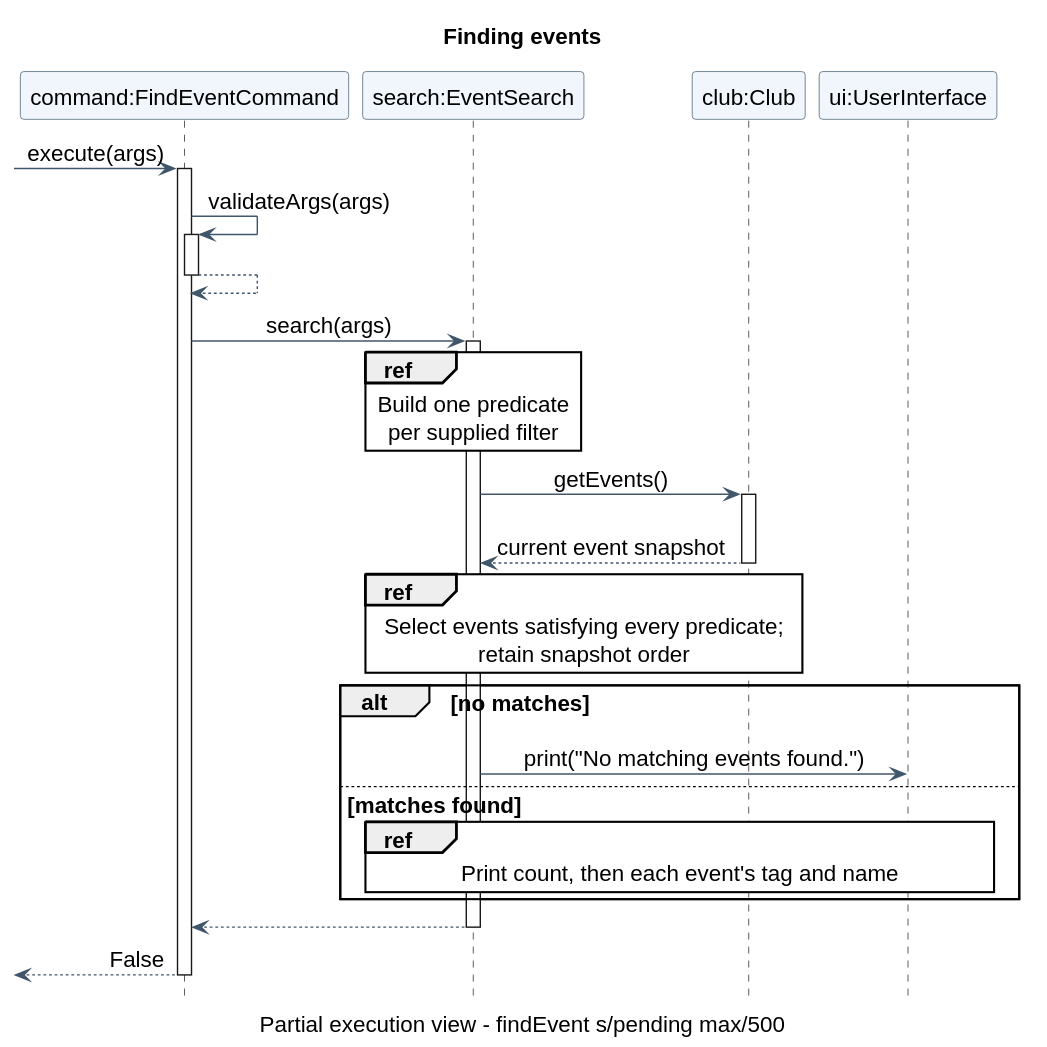
Before: docs/diagrams/events/FindEventSequence.svg, a diagram exported from PlantUML (77chenchen/tp). Source of this version:
```plantuml
@startuml
!include ../shared/UmlStyle.iuml
title Finding events
caption Partial execution view - findEvent s/pending max/500
skinparam shadowing false
skinparam sequenceMessageAlign center
skinparam ParticipantBackgroundColor #F1F6FC
skinparam ParticipantBorderColor #40566B
skinparam ArrowColor #40566B
hide footbox

participant "command:FindEventCommand" as Command
participant "search:EventSearch" as Search
participant "club:Club" as Club
participant "ui:UserInterface" as UI

[-> Command : execute(args)
activate Command
Command -> Command : validateArgs(args)
activate Command
||15||
Command --> Command
deactivate Command

Command -> Search : search(args)
activate Search
ref over Search
Build one predicate
per supplied filter
end ref

Search -> Club : getEvents()
activate Club
||15||
Club --> Search : current event snapshot
deactivate Club

ref over Search, Club
Select events satisfying every predicate;
retain snapshot order
end ref

alt no matches
    Search -> UI : print("No matching events found.")
else matches found
    ref over Search, UI
    Print count, then each event's tag and name
    end ref
end

Search --> Command
deactivate Search
[<-- Command : False
deactivate Command
@enduml
```
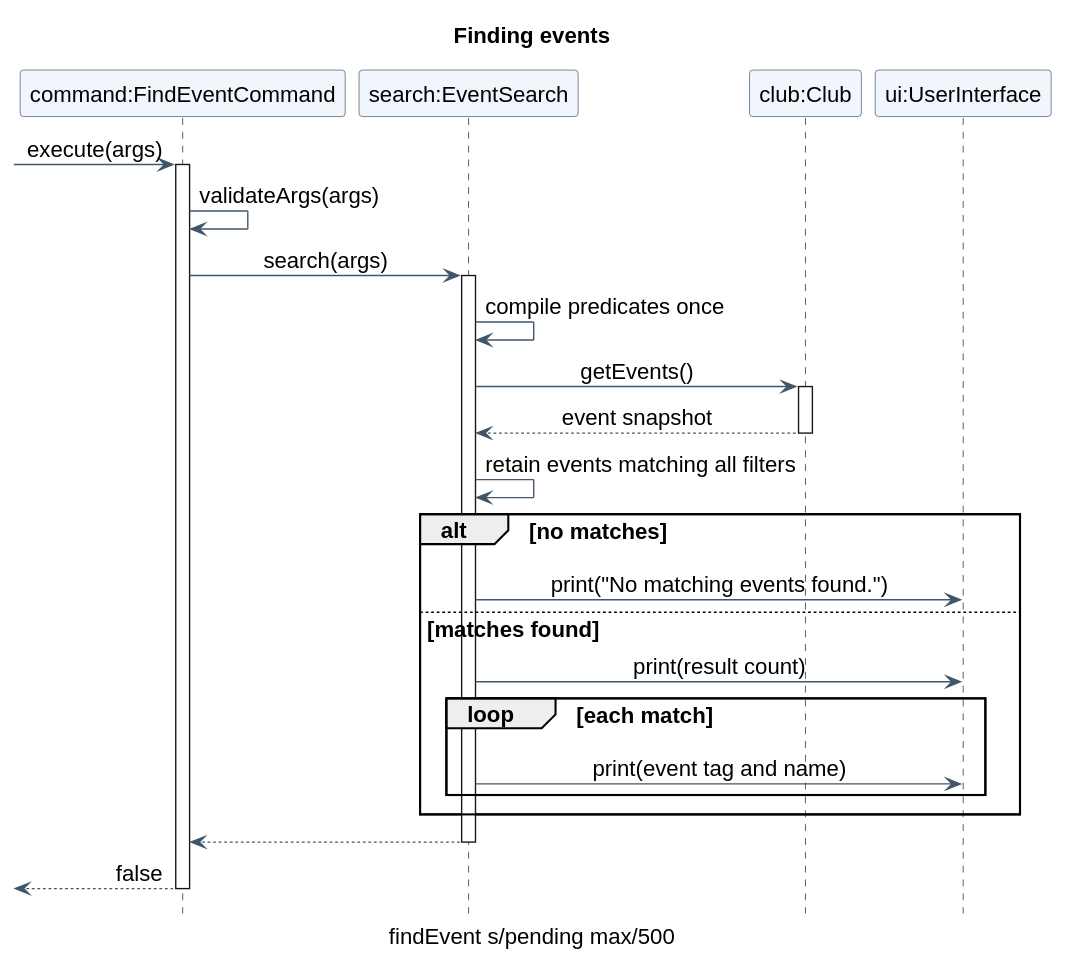
After the commit.

The edit, as a diff of the source:
```diff
@@ -1,7 +1,8 @@
 @startuml
 !include ../shared/UmlStyle.iuml
+scale max 760 width
 title Finding events
-caption Partial execution view - findEvent s/pending max/500
+caption findEvent s/pending max/500
 skinparam shadowing false
 skinparam sequenceMessageAlign center
 skinparam ParticipantBackgroundColor #F1F6FC
@@ -17,39 +18,24 @@
 [-> Command : execute(args)
 activate Command
 Command -> Command : validateArgs(args)
-activate Command
-||15||
-Command --> Command
-deactivate Command
-
 Command -> Search : search(args)
 activate Search
-ref over Search
-Build one predicate
-per supplied filter
-end ref
-
+Search -> Search : compile predicates once
 Search -> Club : getEvents()
 activate Club
-||15||
-Club --> Search : current event snapshot
+Club --> Search : event snapshot
 deactivate Club
-
-ref over Search, Club
-Select events satisfying every predicate;
-retain snapshot order
-end ref
-
+Search -> Search : retain events matching all filters
 alt no matches
     Search -> UI : print("No matching events found.")
 else matches found
-    ref over Search, UI
-    Print count, then each event's tag and name
-    end ref
+    Search -> UI : print(result count)
+    loop each match
+        Search -> UI : print(event tag and name)
+    end
 end
-
 Search --> Command
 deactivate Search
-[<-- Command : False
+[<-- Command : false
 deactivate Command
 @enduml
```
